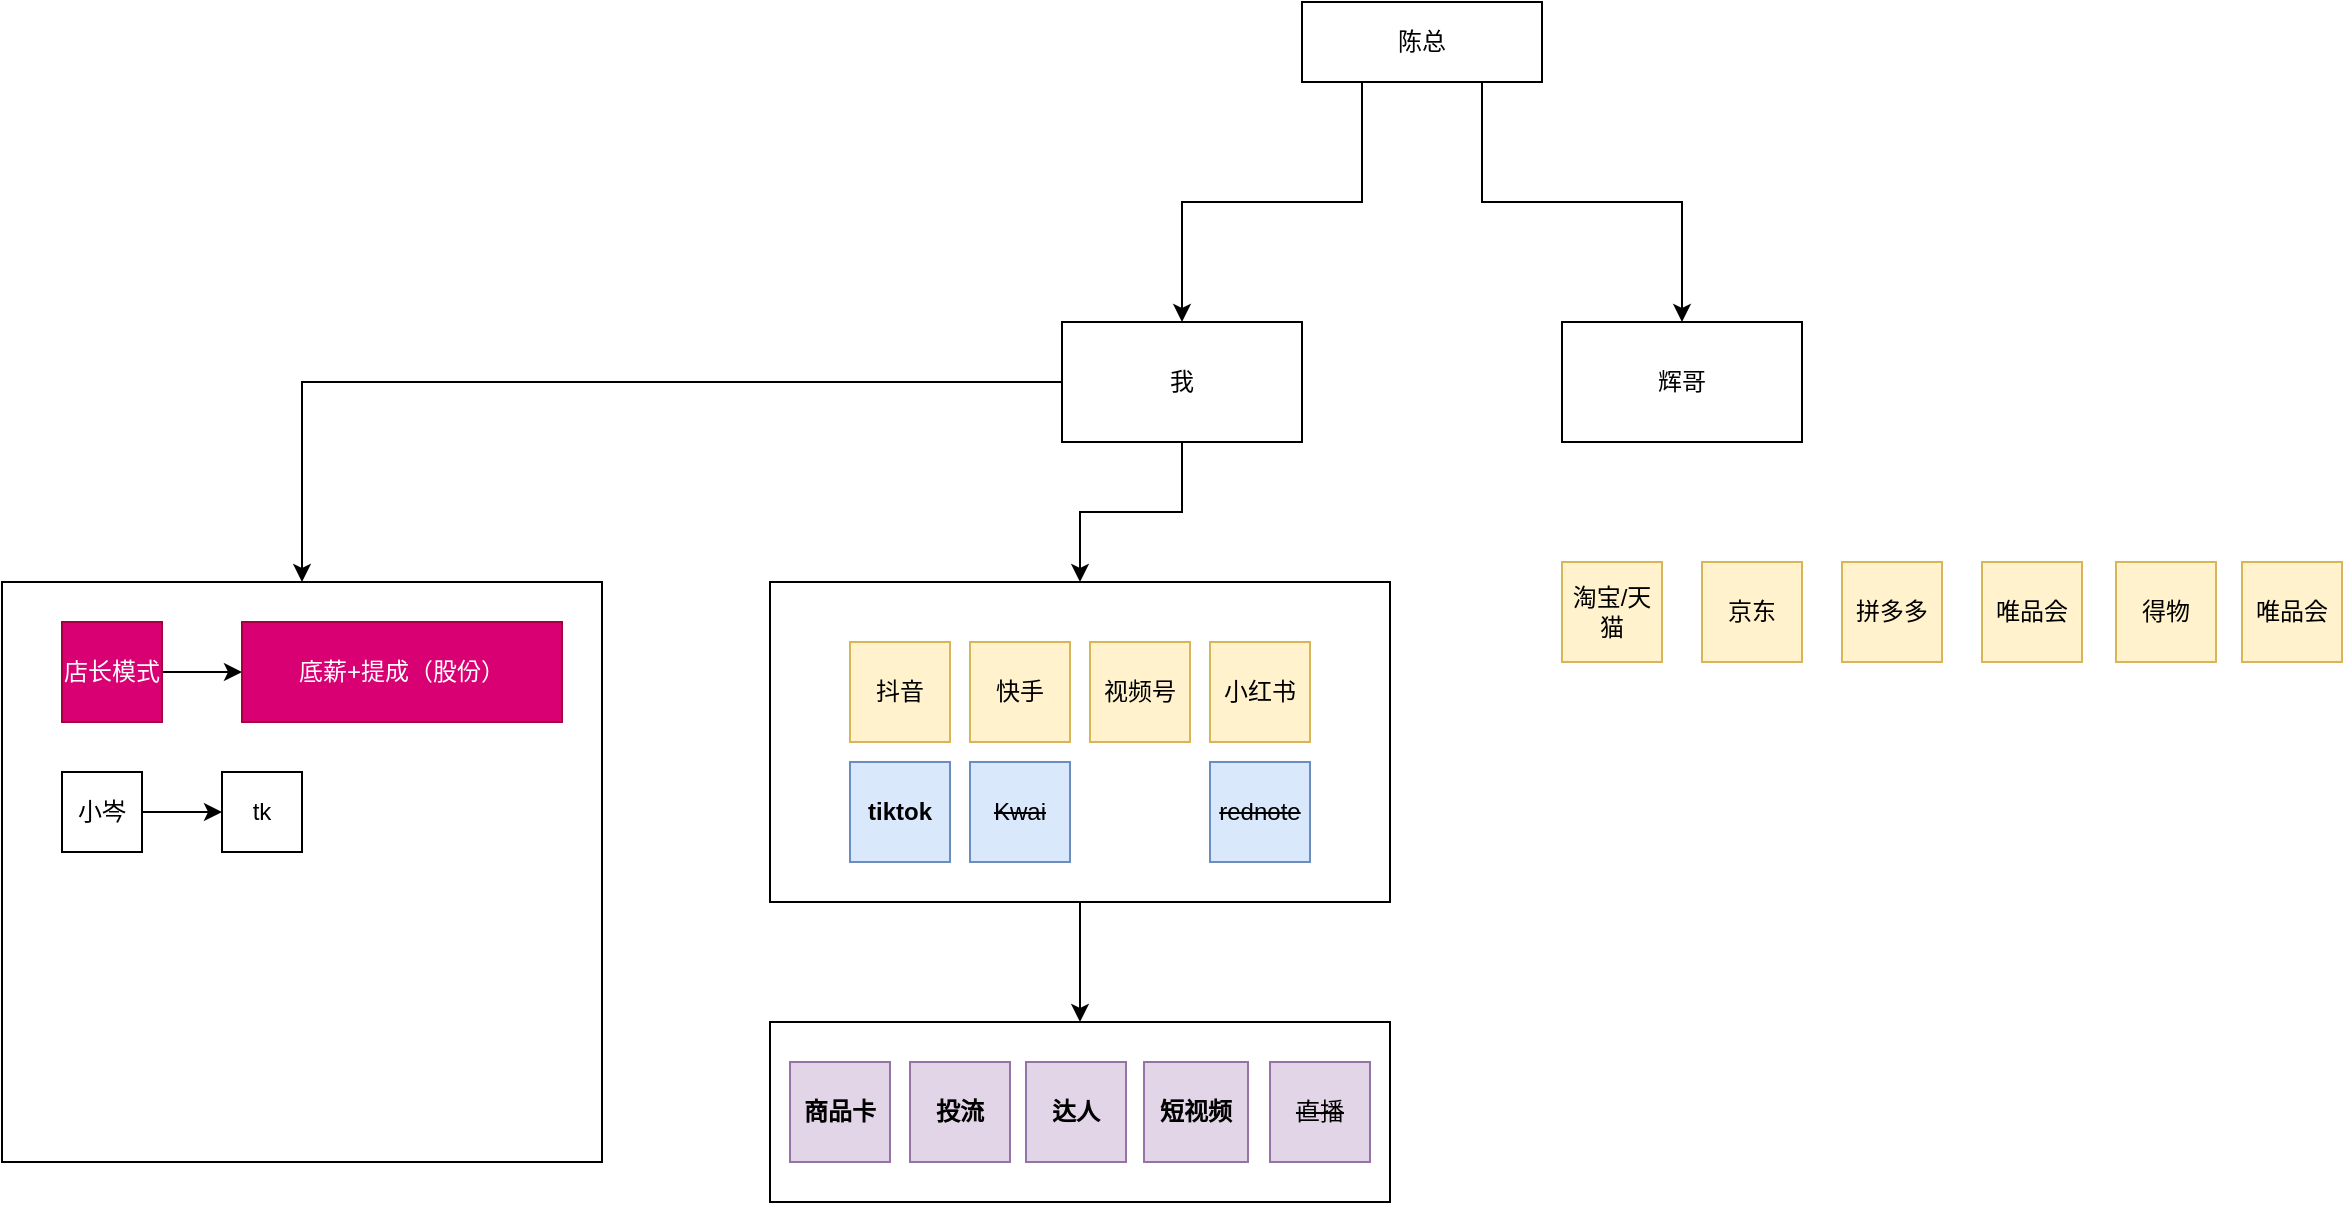
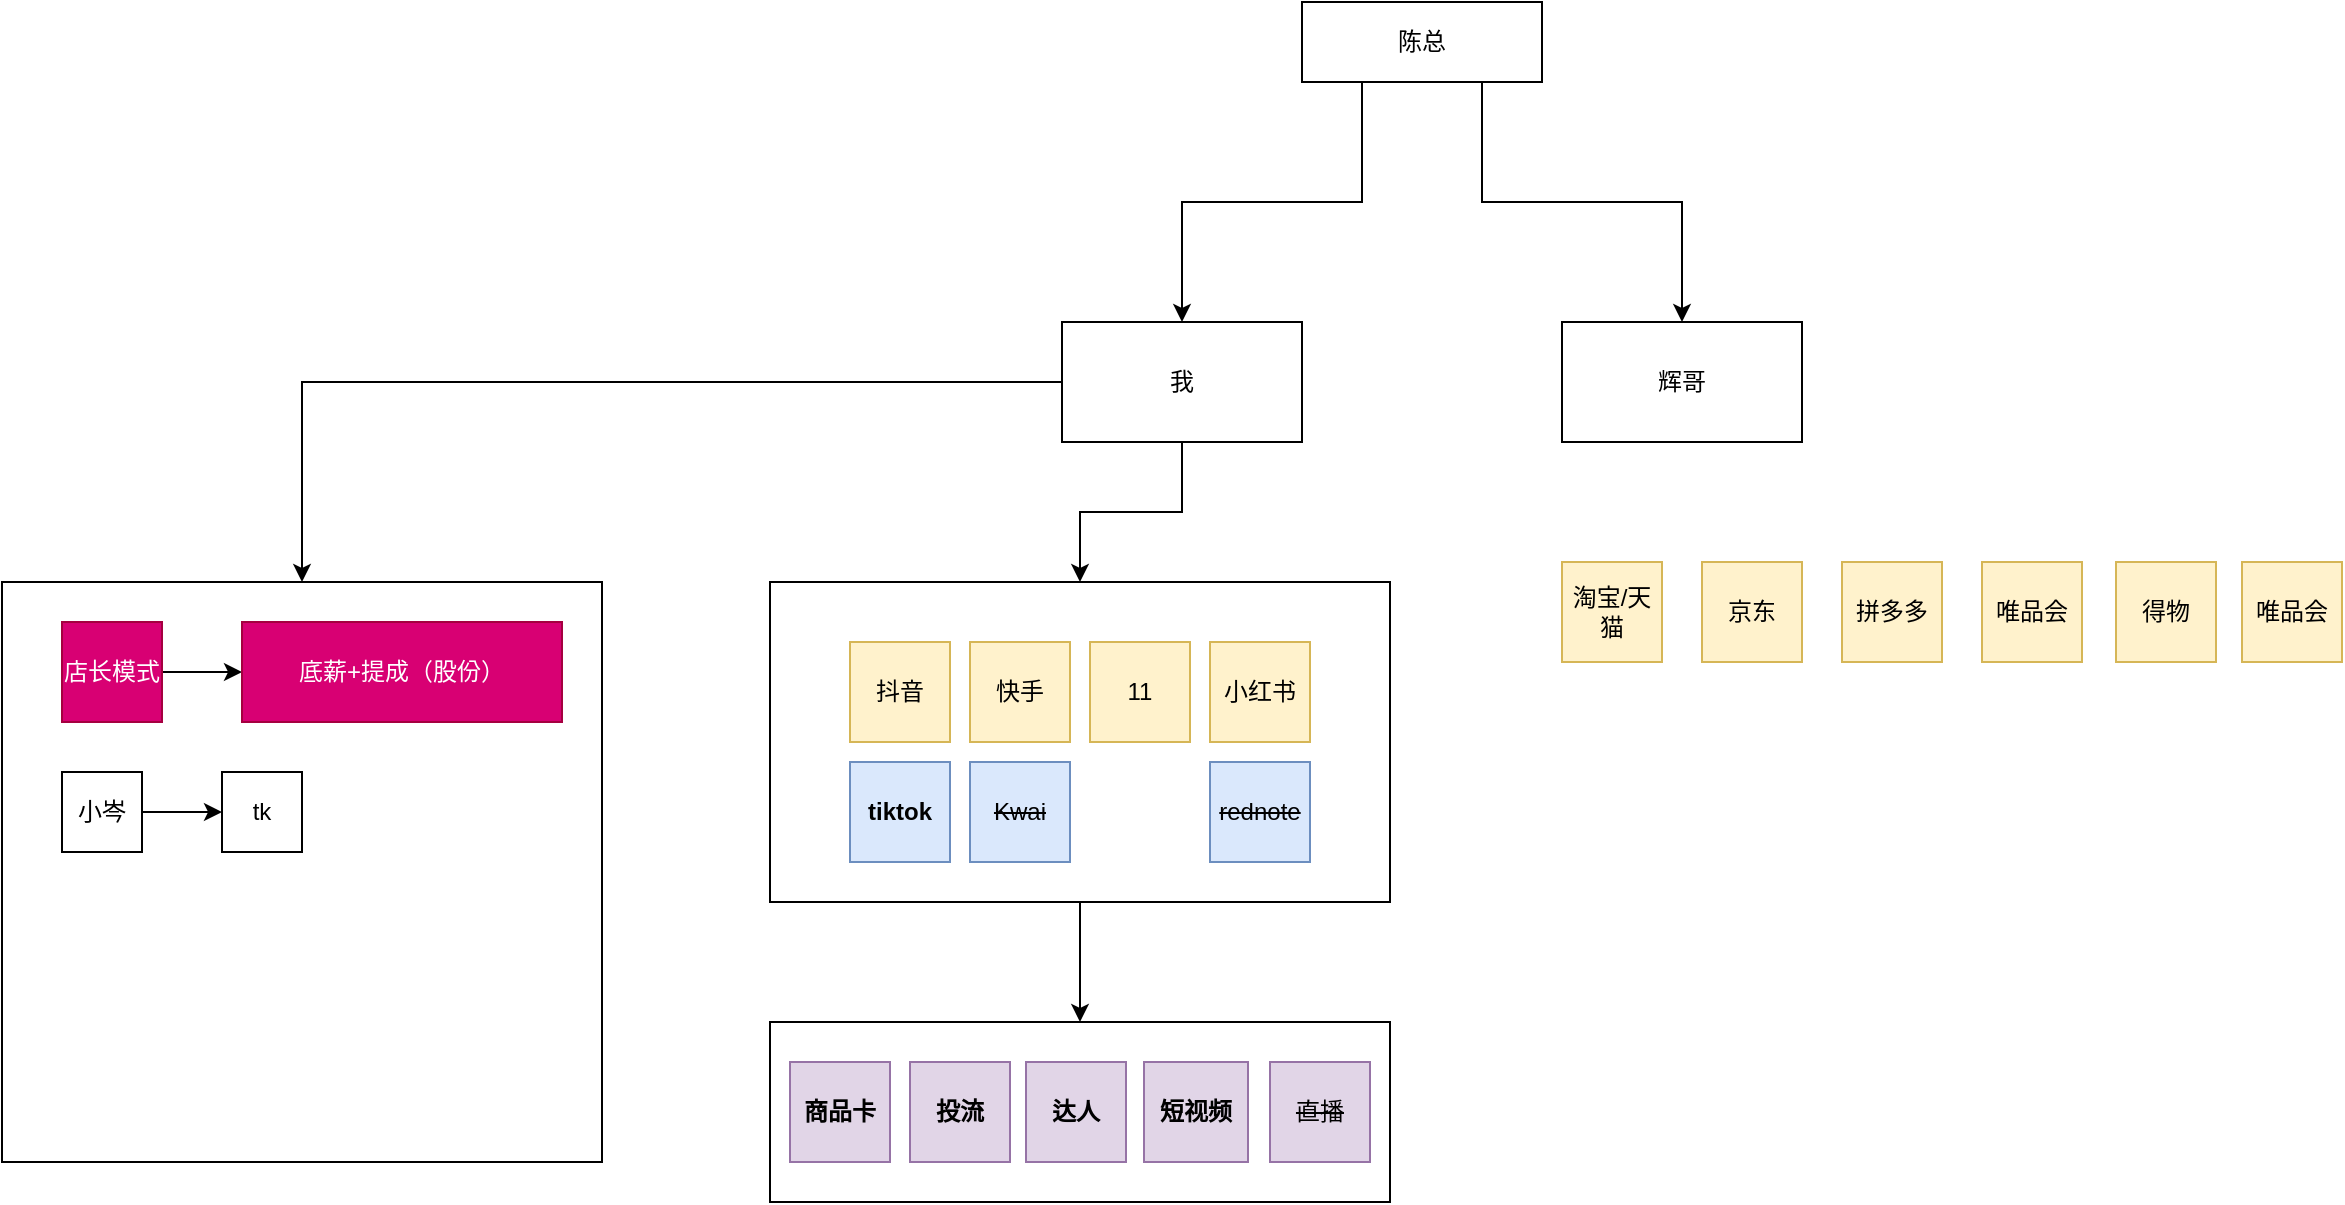
<mxfile host="app.diagrams.net">
  <diagram name="第 1 页" id="GTtvttoZAneKB4uyEYNI">
-     <mxGraphModel dx="1584" dy="502" grid="1" gridSize="10" guides="1" tooltips="1" connect="1" arrows="1" fold="1" page="1" pageScale="1" pageWidth="827" pageHeight="1169" math="0" shadow="0">
+     <mxGraphModel dx="1722" dy="593" grid="1" gridSize="10" guides="1" tooltips="1" connect="1" arrows="1" fold="1" page="1" pageScale="1" pageWidth="827" pageHeight="1169" math="0" shadow="0">
      <root>
        <mxCell id="0" />
        <mxCell id="1" parent="0" />
        <mxCell id="rCYAp-m1ELarMByrjn5k-11" parent="1" style="rounded=0;whiteSpace=wrap;html=1;" value="" vertex="1">
          <mxGeometry height="290" width="300" x="-280" y="430" as="geometry" />
        </mxCell>
        <mxCell id="rCYAp-m1ELarMByrjn5k-7" edge="1" parent="1" source="rCYAp-m1ELarMByrjn5k-5" style="edgeStyle=orthogonalEdgeStyle;rounded=0;orthogonalLoop=1;jettySize=auto;html=1;exitX=0.5;exitY=1;exitDx=0;exitDy=0;entryX=0.5;entryY=0;entryDx=0;entryDy=0;" target="rCYAp-m1ELarMByrjn5k-6">
          <mxGeometry relative="1" as="geometry" />
        </mxCell>
        <mxCell id="rCYAp-m1ELarMByrjn5k-8" edge="1" parent="1" source="_EOlN6vvF664AqaNGLxs-1" style="edgeStyle=orthogonalEdgeStyle;rounded=0;orthogonalLoop=1;jettySize=auto;html=1;exitX=0.5;exitY=1;exitDx=0;exitDy=0;entryX=0.5;entryY=0;entryDx=0;entryDy=0;" target="rCYAp-m1ELarMByrjn5k-5">
          <mxGeometry relative="1" as="geometry" />
        </mxCell>
        <mxCell id="rCYAp-m1ELarMByrjn5k-16" edge="1" parent="1" source="_EOlN6vvF664AqaNGLxs-1" style="edgeStyle=orthogonalEdgeStyle;rounded=0;orthogonalLoop=1;jettySize=auto;html=1;exitX=0;exitY=0.5;exitDx=0;exitDy=0;entryX=0.5;entryY=0;entryDx=0;entryDy=0;" target="rCYAp-m1ELarMByrjn5k-11">
          <mxGeometry relative="1" as="geometry" />
        </mxCell>
        <mxCell id="_EOlN6vvF664AqaNGLxs-1" parent="1" style="rounded=0;whiteSpace=wrap;html=1;" value="我" vertex="1">
          <mxGeometry height="60" width="120" x="250" y="300" as="geometry" />
        </mxCell>
        <mxCell id="_EOlN6vvF664AqaNGLxs-9" edge="1" parent="1" source="_EOlN6vvF664AqaNGLxs-5" style="edgeStyle=orthogonalEdgeStyle;rounded=0;orthogonalLoop=1;jettySize=auto;html=1;exitX=0.75;exitY=1;exitDx=0;exitDy=0;entryX=0.5;entryY=0;entryDx=0;entryDy=0;" target="_EOlN6vvF664AqaNGLxs-6">
          <mxGeometry relative="1" as="geometry" />
        </mxCell>
        <mxCell id="_EOlN6vvF664AqaNGLxs-13" edge="1" parent="1" source="_EOlN6vvF664AqaNGLxs-5" style="edgeStyle=orthogonalEdgeStyle;rounded=0;orthogonalLoop=1;jettySize=auto;html=1;exitX=0.25;exitY=1;exitDx=0;exitDy=0;entryX=0.5;entryY=0;entryDx=0;entryDy=0;" target="_EOlN6vvF664AqaNGLxs-1">
          <mxGeometry relative="1" as="geometry" />
        </mxCell>
        <mxCell id="_EOlN6vvF664AqaNGLxs-5" parent="1" style="whiteSpace=wrap;html=1;" value="陈总" vertex="1">
          <mxGeometry height="40" width="120" x="370" y="140" as="geometry" />
        </mxCell>
        <mxCell id="_EOlN6vvF664AqaNGLxs-6" parent="1" style="whiteSpace=wrap;html=1;" value="辉哥" vertex="1">
          <mxGeometry height="60" width="120" x="500" y="300" as="geometry" />
        </mxCell>
        <mxCell id="_EOlN6vvF664AqaNGLxs-28" parent="1" style="whiteSpace=wrap;html=1;fillColor=#fff2cc;strokeColor=#d6b656;" value="淘宝/天猫" vertex="1">
          <mxGeometry height="50" width="50" x="500" y="420" as="geometry" />
        </mxCell>
        <mxCell id="_EOlN6vvF664AqaNGLxs-29" parent="1" style="whiteSpace=wrap;html=1;fillColor=#fff2cc;strokeColor=#d6b656;" value="京东" vertex="1">
          <mxGeometry height="50" width="50" x="570" y="420" as="geometry" />
        </mxCell>
        <mxCell id="_EOlN6vvF664AqaNGLxs-30" parent="1" style="whiteSpace=wrap;html=1;fillColor=#fff2cc;strokeColor=#d6b656;" value="拼多多" vertex="1">
          <mxGeometry height="50" width="50" x="640" y="420" as="geometry" />
        </mxCell>
        <mxCell id="_EOlN6vvF664AqaNGLxs-31" parent="1" style="whiteSpace=wrap;html=1;fillColor=#fff2cc;strokeColor=#d6b656;" value="得物" vertex="1">
          <mxGeometry height="50" width="50" x="777" y="420" as="geometry" />
        </mxCell>
        <mxCell id="_EOlN6vvF664AqaNGLxs-32" parent="1" style="whiteSpace=wrap;html=1;fillColor=#fff2cc;strokeColor=#d6b656;" value="唯品会" vertex="1">
          <mxGeometry height="50" width="50" x="840" y="420" as="geometry" />
        </mxCell>
        <mxCell id="_EOlN6vvF664AqaNGLxs-33" parent="1" style="whiteSpace=wrap;html=1;fillColor=#fff2cc;strokeColor=#d6b656;" value="唯品会" vertex="1">
          <mxGeometry height="50" width="50" x="710" y="420" as="geometry" />
        </mxCell>
        <mxCell id="_EOlN6vvF664AqaNGLxs-41" edge="1" parent="1" source="_EOlN6vvF664AqaNGLxs-39" style="edgeStyle=orthogonalEdgeStyle;rounded=0;orthogonalLoop=1;jettySize=auto;html=1;" target="_EOlN6vvF664AqaNGLxs-40" value="">
          <mxGeometry relative="1" as="geometry" />
        </mxCell>
        <mxCell id="_EOlN6vvF664AqaNGLxs-39" parent="1" style="whiteSpace=wrap;html=1;fillColor=#d80073;strokeColor=#A50040;fontColor=#ffffff;" value="店长模式" vertex="1">
          <mxGeometry height="50" width="50" x="-250" y="450" as="geometry" />
        </mxCell>
        <mxCell id="_EOlN6vvF664AqaNGLxs-40" parent="1" style="whiteSpace=wrap;html=1;fillColor=#d80073;strokeColor=#A50040;fontColor=#ffffff;" value="底薪+提成（股份）" vertex="1">
          <mxGeometry height="50" width="160" x="-160" y="450" as="geometry" />
        </mxCell>
        <mxCell id="rCYAp-m1ELarMByrjn5k-9" connectable="0" parent="1" style="group" value="" vertex="1">
          <mxGeometry height="90" width="310" x="104" y="650" as="geometry" />
        </mxCell>
        <mxCell id="rCYAp-m1ELarMByrjn5k-6" parent="rCYAp-m1ELarMByrjn5k-9" style="rounded=0;whiteSpace=wrap;html=1;" value="" vertex="1">
          <mxGeometry height="90" width="310" as="geometry" />
        </mxCell>
        <mxCell id="_EOlN6vvF664AqaNGLxs-34" parent="rCYAp-m1ELarMByrjn5k-9" style="whiteSpace=wrap;html=1;fillColor=#e1d5e7;strokeColor=#9673a6;fontStyle=1" value="商品卡" vertex="1">
          <mxGeometry height="50" width="50" x="10" y="20" as="geometry" />
        </mxCell>
        <mxCell id="_EOlN6vvF664AqaNGLxs-35" parent="rCYAp-m1ELarMByrjn5k-9" style="whiteSpace=wrap;html=1;fillColor=#e1d5e7;strokeColor=#9673a6;fontStyle=1" value="短视频" vertex="1">
          <mxGeometry height="50" width="52" x="187" y="20" as="geometry" />
        </mxCell>
        <mxCell id="_EOlN6vvF664AqaNGLxs-36" parent="rCYAp-m1ELarMByrjn5k-9" style="whiteSpace=wrap;html=1;fillColor=#e1d5e7;strokeColor=#9673a6;fontStyle=1" value="达人" vertex="1">
          <mxGeometry height="50" width="50" x="128" y="20" as="geometry" />
        </mxCell>
        <mxCell id="_EOlN6vvF664AqaNGLxs-37" parent="rCYAp-m1ELarMByrjn5k-9" style="whiteSpace=wrap;html=1;fillColor=#e1d5e7;strokeColor=#9673a6;" value="&lt;strike&gt;直播&lt;/strike&gt;" vertex="1">
          <mxGeometry height="50" width="50" x="250" y="20" as="geometry" />
        </mxCell>
        <mxCell id="_EOlN6vvF664AqaNGLxs-38" parent="rCYAp-m1ELarMByrjn5k-9" style="whiteSpace=wrap;html=1;fillColor=#e1d5e7;strokeColor=#9673a6;fontStyle=1" value="投流" vertex="1">
          <mxGeometry height="50" width="50" x="70" y="20" as="geometry" />
        </mxCell>
        <mxCell id="rCYAp-m1ELarMByrjn5k-10" connectable="0" parent="1" style="group" value="" vertex="1">
          <mxGeometry height="160" width="310" x="104" y="430" as="geometry" />
        </mxCell>
        <mxCell id="rCYAp-m1ELarMByrjn5k-5" parent="rCYAp-m1ELarMByrjn5k-10" style="rounded=0;whiteSpace=wrap;html=1;" value="" vertex="1">
          <mxGeometry height="160" width="310" as="geometry" />
        </mxCell>
        <mxCell id="_EOlN6vvF664AqaNGLxs-16" parent="rCYAp-m1ELarMByrjn5k-10" style="whiteSpace=wrap;html=1;fillColor=#dae8fc;strokeColor=#6c8ebf;" value="&lt;b&gt;tiktok&lt;/b&gt;" vertex="1">
          <mxGeometry height="50" width="50" x="40" y="90" as="geometry" />
        </mxCell>
        <mxCell id="_EOlN6vvF664AqaNGLxs-19" parent="rCYAp-m1ELarMByrjn5k-10" style="whiteSpace=wrap;html=1;fillColor=#fff2cc;strokeColor=#d6b656;" value="抖音" vertex="1">
          <mxGeometry height="50" width="50" x="40" y="30" as="geometry" />
        </mxCell>
        <mxCell id="_EOlN6vvF664AqaNGLxs-20" parent="rCYAp-m1ELarMByrjn5k-10" style="whiteSpace=wrap;html=1;fillColor=#fff2cc;strokeColor=#d6b656;" value="快手" vertex="1">
          <mxGeometry height="50" width="50" x="100" y="30" as="geometry" />
        </mxCell>
-         <mxCell id="_EOlN6vvF664AqaNGLxs-21" parent="rCYAp-m1ELarMByrjn5k-10" style="whiteSpace=wrap;html=1;fillColor=#fff2cc;strokeColor=#d6b656;" value="视频号" vertex="1">
+         <mxCell id="_EOlN6vvF664AqaNGLxs-21" parent="rCYAp-m1ELarMByrjn5k-10" style="whiteSpace=wrap;html=1;fillColor=#fff2cc;strokeColor=#d6b656;" value="11" vertex="1">
          <mxGeometry height="50" width="50" x="160" y="30" as="geometry" />
        </mxCell>
        <mxCell id="_EOlN6vvF664AqaNGLxs-24" parent="rCYAp-m1ELarMByrjn5k-10" style="whiteSpace=wrap;html=1;fillColor=#fff2cc;strokeColor=#d6b656;" value="小红书" vertex="1">
          <mxGeometry height="50" width="50" x="220" y="30" as="geometry" />
        </mxCell>
        <mxCell id="_EOlN6vvF664AqaNGLxs-26" parent="rCYAp-m1ELarMByrjn5k-10" style="whiteSpace=wrap;html=1;fillColor=#dae8fc;strokeColor=#6c8ebf;" value="&lt;strike&gt;Kwai&lt;/strike&gt;" vertex="1">
          <mxGeometry height="50" width="50" x="100" y="90" as="geometry" />
        </mxCell>
        <mxCell id="_EOlN6vvF664AqaNGLxs-27" parent="rCYAp-m1ELarMByrjn5k-10" style="whiteSpace=wrap;html=1;fillColor=#dae8fc;strokeColor=#6c8ebf;" value="&lt;strike&gt;rednote&lt;/strike&gt;" vertex="1">
          <mxGeometry height="50" width="50" x="220" y="90" as="geometry" />
        </mxCell>
        <mxCell id="rCYAp-m1ELarMByrjn5k-15" edge="1" parent="1" source="rCYAp-m1ELarMByrjn5k-13" style="edgeStyle=orthogonalEdgeStyle;rounded=0;orthogonalLoop=1;jettySize=auto;html=1;" target="rCYAp-m1ELarMByrjn5k-14" value="">
          <mxGeometry relative="1" as="geometry" />
        </mxCell>
        <mxCell id="rCYAp-m1ELarMByrjn5k-13" parent="1" style="rounded=0;whiteSpace=wrap;html=1;" value="小岑" vertex="1">
          <mxGeometry height="40" width="40" x="-250" y="525" as="geometry" />
        </mxCell>
        <mxCell id="rCYAp-m1ELarMByrjn5k-14" parent="1" style="whiteSpace=wrap;html=1;rounded=0;" value="tk" vertex="1">
          <mxGeometry height="40" width="40" x="-170" y="525" as="geometry" />
        </mxCell>
      </root>
    </mxGraphModel>
  </diagram>
</mxfile>
